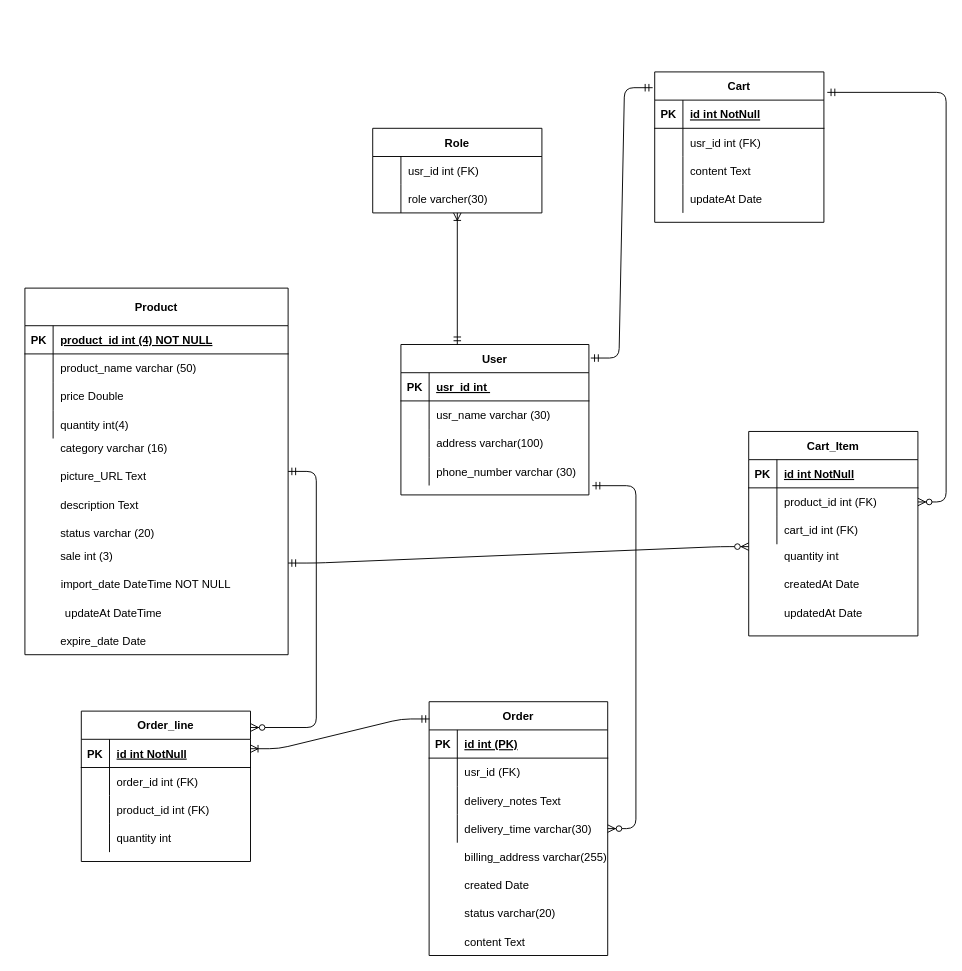
This is Diagram/ER.drawio from hakunhan/HANU_minimart, a draw.io file, before an edit. Source tidied: cells renumbered, new cells numbered last; positions are measured from the earlier drawing's top-left corner, leaving out a move shared by most shapes. Both pictures are drawn from the tidied source at 94%, with x=0, y=0 at pixel (15, 71).
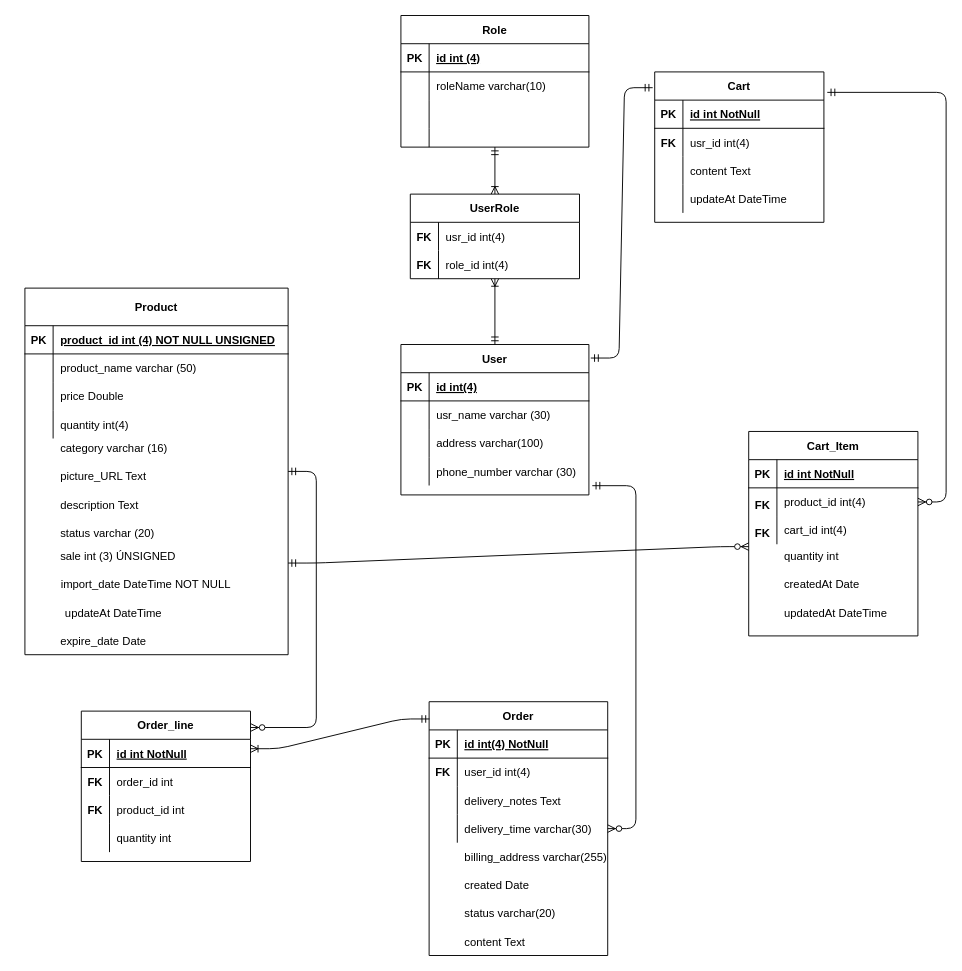
The same diagram, later.

Unchanged cells that the change refers to:
```xml
<mxCell id="3" style="shape=partialRectangle;fillColor=none;top=0;left=0;bottom=0;right=0;" parent="2" vertex="1">
  <mxGeometry y="30" width="180" height="30" as="geometry" />
</mxCell>
<mxCell id="6" style="shape=partialRectangle;fillColor=none;top=0;left=0;bottom=0;right=0;" parent="2" vertex="1">
  <mxGeometry y="60" width="180" height="30" as="geometry" />
</mxCell>
<mxCell id="9" value="User" style="shape=table;startSize=30;childLayout=tableLayout;rowLines=0;fontStyle=1;align=center;" parent="1" vertex="1">
  <mxGeometry x="410" y="290" width="200" height="160" as="geometry" />
</mxCell>
<mxCell id="10" style="shape=partialRectangle;fillColor=none;top=0;left=0;bottom=1;right=0;" parent="9" vertex="1">
  <mxGeometry y="30" width="200" height="30" as="geometry" />
</mxCell>
<mxCell id="23" style="shape=partialRectangle;fillColor=none;top=0;left=0;bottom=1;right=0;" parent="22" vertex="1">
  <mxGeometry y="40" width="280" height="30" as="geometry" />
</mxCell>
<mxCell id="47" style="shape=partialRectangle;fillColor=none;top=0;left=0;bottom=1;right=0;" parent="46" vertex="1">
  <mxGeometry y="30" width="190" height="30" as="geometry" />
</mxCell>
<mxCell id="50" style="shape=partialRectangle;fillColor=none;top=0;left=0;bottom=0;right=0;" parent="46" vertex="1">
  <mxGeometry y="60" width="190" height="30" as="geometry" />
</mxCell>
<mxCell id="66" style="shape=partialRectangle;fillColor=none;top=0;left=0;bottom=0;right=0;" parent="62" vertex="1">
  <mxGeometry y="60" width="180" height="30" as="geometry" />
</mxCell>
<mxCell id="72" style="shape=partialRectangle;fillColor=none;top=0;left=0;bottom=0;right=0;" parent="62" vertex="1">
  <mxGeometry y="120" width="180" height="30" as="geometry" />
</mxCell>
<mxCell id="79" style="shape=partialRectangle;fillColor=none;top=0;left=0;bottom=0;right=0;points=[[0,0.5],[1,0.5]];portConstraint=eastwest;" parent="75" vertex="1">
  <mxGeometry y="60" width="180" height="30" as="geometry" />
</mxCell>
<mxCell id="82" style="shape=partialRectangle;fillColor=none;top=0;left=0;bottom=0;right=0;" parent="75" vertex="1">
  <mxGeometry y="90" width="180" height="30" as="geometry" />
</mxCell>
<mxCell id="94" style="shape=partialRectangle;fillColor=none;top=0;left=0;bottom=0;right=0;" parent="1" vertex="1">
  <mxGeometry x="780" y="560" width="180" height="30" as="geometry" />
</mxCell>
<mxCell id="111" style="shape=partialRectangle;fillColor=none;top=0;left=0;bottom=0;right=0;" parent="107" vertex="1">
  <mxGeometry y="60" width="180" height="30" as="geometry" />
</mxCell>
<mxCell id="114" style="shape=partialRectangle;fillColor=none;top=0;left=0;bottom=0;right=0;" parent="107" vertex="1">
  <mxGeometry y="90" width="180" height="30" as="geometry" />
</mxCell>
<mxCell id="128" style="shape=partialRectangle;fillColor=none;top=0;left=0;bottom=0;right=0;" parent="1" vertex="1">
  <mxGeometry x="10" y="500" width="200" height="30" as="geometry" />
</mxCell>
```

What changed in the source:
```diff
@@
-    <mxCell id="2" value="Role" style="shape=table;startSize=30;childLayout=tableLayout;rowLines=0;fontStyle=1;align=center;" parent="1" vertex="1">
-      <mxGeometry x="380" y="60" width="180" height="90" as="geometry" />
+    <mxCell id="2" value="UserRole" style="shape=table;startSize=30;childLayout=tableLayout;rowLines=0;fontStyle=1;align=center;" parent="1" vertex="1">
+      <mxGeometry x="420" y="130" width="180" height="90" as="geometry" />
     </mxCell>
@@
-    <mxCell id="5" value="usr_id int (FK)" style="shape=partialRectangle;fillColor=none;top=0;left=0;bottom=0;right=0;align=left;spacingLeft=6;overflow=hidden;" parent="3" vertex="1">
+    <mxCell id="5" value="usr_id int(4)" style="shape=partialRectangle;fillColor=none;top=0;left=0;bottom=0;right=0;align=left;spacingLeft=6;overflow=hidden;" parent="3" vertex="1">
       <mxGeometry x="30" width="150" height="30" as="geometry" />
     </mxCell>
@@
-    <mxCell id="8" value="role varcher(30)" style="shape=partialRectangle;fillColor=none;top=0;left=0;bottom=0;right=0;align=left;spacingLeft=6;overflow=hidden;" parent="6" vertex="1">
+    <mxCell id="8" value="role_id int(4)" style="shape=partialRectangle;fillColor=none;top=0;left=0;bottom=0;right=0;align=left;spacingLeft=6;overflow=hidden;" parent="6" vertex="1">
       <mxGeometry x="30" width="150" height="30" as="geometry" />
     </mxCell>
@@
-    <mxCell id="12" value="usr_id int " style="shape=partialRectangle;fillColor=none;top=0;left=0;bottom=0;right=0;align=left;spacingLeft=6;fontStyle=5;overflow=hidden;" parent="10" vertex="1">
+    <mxCell id="12" value="id int(4)" style="shape=partialRectangle;fillColor=none;top=0;left=0;bottom=0;right=0;align=left;spacingLeft=6;fontStyle=5;overflow=hidden;" parent="10" vertex="1">
       <mxGeometry x="30" width="170" height="30" as="geometry" />
     </mxCell>
@@
-    <mxCell id="25" value="product_id int (4) NOT NULL" style="shape=partialRectangle;fillColor=none;top=0;left=0;bottom=0;right=0;align=left;spacingLeft=6;fontStyle=5;overflow=hidden;" parent="23" vertex="1">
+    <mxCell id="25" value="product_id int (4) NOT NULL UNSIGNED" style="shape=partialRectangle;fillColor=none;top=0;left=0;bottom=0;right=0;align=left;spacingLeft=6;fontStyle=5;overflow=hidden;" parent="23" vertex="1">
       <mxGeometry x="30" width="250" height="30" as="geometry" />
     </mxCell>
@@
-    <mxCell id="49" value="id int (PK)" style="shape=partialRectangle;fillColor=none;top=0;left=0;bottom=0;right=0;align=left;spacingLeft=6;fontStyle=5;overflow=hidden;" parent="47" vertex="1">
+    <mxCell id="49" value="id int(4) NotNull" style="shape=partialRectangle;fillColor=none;top=0;left=0;bottom=0;right=0;align=left;spacingLeft=6;fontStyle=5;overflow=hidden;" parent="47" vertex="1">
       <mxGeometry x="30" width="160" height="30" as="geometry" />
     </mxCell>
@@
-    <mxCell id="52" value="usr_id (FK)" style="shape=partialRectangle;fillColor=none;top=0;left=0;bottom=0;right=0;align=left;spacingLeft=6;overflow=hidden;" parent="50" vertex="1">
+    <mxCell id="52" value="user_id int(4)" style="shape=partialRectangle;fillColor=none;top=0;left=0;bottom=0;right=0;align=left;spacingLeft=6;overflow=hidden;" parent="50" vertex="1">
       <mxGeometry x="30" width="160" height="30" as="geometry" />
     </mxCell>
@@
-    <mxCell id="68" value="usr_id int (FK)" style="shape=partialRectangle;fillColor=none;top=0;left=0;bottom=0;right=0;align=left;spacingLeft=6;overflow=hidden;" parent="66" vertex="1">
+    <mxCell id="68" value="usr_id int(4)" style="shape=partialRectangle;fillColor=none;top=0;left=0;bottom=0;right=0;align=left;spacingLeft=6;overflow=hidden;" parent="66" vertex="1">
       <mxGeometry x="30" width="150" height="30" as="geometry" />
     </mxCell>
@@
-    <mxCell id="74" value="updateAt Date" style="shape=partialRectangle;fillColor=none;top=0;left=0;bottom=0;right=0;align=left;spacingLeft=6;overflow=hidden;" parent="72" vertex="1">
+    <mxCell id="74" value="updateAt DateTime" style="shape=partialRectangle;fillColor=none;top=0;left=0;bottom=0;right=0;align=left;spacingLeft=6;overflow=hidden;" parent="72" vertex="1">
       <mxGeometry x="30" width="150" height="30" as="geometry" />
     </mxCell>
@@
-    <mxCell id="81" value="product_id int (FK)" style="shape=partialRectangle;fillColor=none;top=0;left=0;bottom=0;right=0;align=left;spacingLeft=6;overflow=hidden;" parent="79" vertex="1">
+    <mxCell id="81" value="product_id int(4)" style="shape=partialRectangle;fillColor=none;top=0;left=0;bottom=0;right=0;align=left;spacingLeft=6;overflow=hidden;" parent="79" vertex="1">
       <mxGeometry x="30" width="150" height="30" as="geometry" />
     </mxCell>
@@
-    <mxCell id="84" value="cart_id int (FK)" style="shape=partialRectangle;fillColor=none;top=0;left=0;bottom=0;right=0;align=left;spacingLeft=6;overflow=hidden;" parent="82" vertex="1">
+    <mxCell id="84" value="cart_id int(4)" style="shape=partialRectangle;fillColor=none;top=0;left=0;bottom=0;right=0;align=left;spacingLeft=6;overflow=hidden;" parent="82" vertex="1">
       <mxGeometry x="30" width="150" height="30" as="geometry" />
     </mxCell>
@@
-    <mxCell id="96" value="updatedAt Date" style="shape=partialRectangle;fillColor=none;top=0;left=0;bottom=0;right=0;align=left;spacingLeft=6;overflow=hidden;" parent="94" vertex="1">
+    <mxCell id="96" value="updatedAt DateTime" style="shape=partialRectangle;fillColor=none;top=0;left=0;bottom=0;right=0;align=left;spacingLeft=6;overflow=hidden;" parent="94" vertex="1">
       <mxGeometry x="30" width="150" height="30" as="geometry" />
     </mxCell>
@@
-    <mxCell id="100" style="fontSize=12;html=1;endArrow=ERoneToMany;startArrow=ERmandOne;exitX=0.3;exitY=0;exitDx=0;exitDy=0;exitPerimeter=0;" parent="1" edge="1" source="9" target="2">
-      <mxGeometry relative="1" as="geometry" />
-    </mxCell>
@@
-    <mxCell id="113" value="order_id int (FK)" style="shape=partialRectangle;fillColor=none;top=0;left=0;bottom=0;right=0;align=left;spacingLeft=6;overflow=hidden;" parent="111" vertex="1">
+    <mxCell id="113" value="order_id int " style="shape=partialRectangle;fillColor=none;top=0;left=0;bottom=0;right=0;align=left;spacingLeft=6;overflow=hidden;" parent="111" vertex="1">
       <mxGeometry x="30" width="150" height="30" as="geometry" />
     </mxCell>
@@
-    <mxCell id="116" value="product_id int (FK)" style="shape=partialRectangle;fillColor=none;top=0;left=0;bottom=0;right=0;align=left;spacingLeft=6;overflow=hidden;" parent="114" vertex="1">
+    <mxCell id="116" value="product_id int" style="shape=partialRectangle;fillColor=none;top=0;left=0;bottom=0;right=0;align=left;spacingLeft=6;overflow=hidden;" parent="114" vertex="1">
       <mxGeometry x="30" width="150" height="30" as="geometry" />
     </mxCell>
@@
-    <mxCell id="130" value="sale int (3)" style="shape=partialRectangle;fillColor=none;top=0;left=0;bottom=0;right=0;align=left;spacingLeft=6;overflow=hidden;" parent="128" vertex="1">
+    <mxCell id="130" value="sale int (3) ÚNSIGNED" style="shape=partialRectangle;fillColor=none;top=0;left=0;bottom=0;right=0;align=left;spacingLeft=6;overflow=hidden;" parent="128" vertex="1">
       <mxGeometry x="30" width="170" height="30" as="geometry" />
     </mxCell>
@@
+    <mxCell id="134" value="Role" style="shape=table;startSize=30;childLayout=tableLayout;rowLines=0;fontStyle=1;align=center;" parent="1" vertex="1">
+      <mxGeometry x="410" y="-60" width="200" height="140" as="geometry" />
+    </mxCell>
+    <mxCell id="135" style="shape=partialRectangle;fillColor=none;top=0;left=0;bottom=1;right=0;" parent="134" vertex="1">
+      <mxGeometry y="30" width="200" height="30" as="geometry" />
+    </mxCell>
+    <mxCell id="136" value="PK" style="shape=partialRectangle;fillColor=none;top=0;left=0;bottom=0;right=0;fontStyle=1;overflow=hidden;" parent="135" vertex="1">
+      <mxGeometry width="30" height="30" as="geometry" />
+    </mxCell>
+    <mxCell id="137" value="id int (4)" style="shape=partialRectangle;fillColor=none;top=0;left=0;bottom=0;right=0;align=left;spacingLeft=6;fontStyle=5;overflow=hidden;" parent="135" vertex="1">
+      <mxGeometry x="30" width="170" height="30" as="geometry" />
+    </mxCell>
+    <mxCell id="138" style="shape=partialRectangle;fillColor=none;top=0;left=0;bottom=0;right=0;" parent="134" vertex="1">
+      <mxGeometry y="60" width="200" height="30" as="geometry" />
+    </mxCell>
+    <mxCell id="139" style="shape=partialRectangle;fillColor=none;top=0;left=0;bottom=0;right=0;overflow=hidden;" parent="138" vertex="1">
+      <mxGeometry width="30" height="30" as="geometry" />
+    </mxCell>
+    <mxCell id="140" value="roleName varchar(10)" style="shape=partialRectangle;fillColor=none;top=0;left=0;bottom=0;right=0;align=left;spacingLeft=6;overflow=hidden;" parent="138" vertex="1">
+      <mxGeometry x="30" width="170" height="30" as="geometry" />
+    </mxCell>
+    <mxCell id="141" style="shape=partialRectangle;fillColor=none;top=0;left=0;bottom=0;right=0;" parent="134" vertex="1">
+      <mxGeometry y="90" width="200" height="30" as="geometry" />
+    </mxCell>
+    <mxCell id="142" style="shape=partialRectangle;fillColor=none;top=0;left=0;bottom=0;right=0;overflow=hidden;" parent="141" vertex="1">
+      <mxGeometry width="30" height="30" as="geometry" />
+    </mxCell>
+    <mxCell id="143" style="shape=partialRectangle;fillColor=none;top=0;left=0;bottom=0;right=0;align=left;spacingLeft=6;overflow=hidden;" parent="141" vertex="1">
+      <mxGeometry x="30" width="170" height="30" as="geometry" />
+    </mxCell>
+    <mxCell id="144" style="shape=partialRectangle;fillColor=none;top=0;left=0;bottom=0;right=0;" parent="134" vertex="1">
+      <mxGeometry y="120" width="200" height="20" as="geometry" />
+    </mxCell>
+    <mxCell id="145" style="shape=partialRectangle;fillColor=none;top=0;left=0;bottom=0;right=0;overflow=hidden;" parent="144" vertex="1">
+      <mxGeometry width="30" height="20" as="geometry" />
+    </mxCell>
+    <mxCell id="146" style="shape=partialRectangle;fillColor=none;top=0;left=0;bottom=0;right=0;align=left;spacingLeft=6;overflow=hidden;" parent="144" vertex="1">
+      <mxGeometry x="30" width="170" height="20" as="geometry" />
+    </mxCell>
+    <mxCell id="100" style="fontSize=12;html=1;endArrow=ERoneToMany;startArrow=ERmandOne;exitX=0.5;exitY=0;exitDx=0;exitDy=0;" parent="1" edge="1" source="9" target="2">
+      <mxGeometry relative="1" as="geometry" />
+    </mxCell>
+    <mxCell id="147" style="fontSize=12;html=1;endArrow=ERoneToMany;startArrow=ERmandOne;entryX=0.5;entryY=0;entryDx=0;entryDy=0;" parent="1" edge="1" source="134" target="2">
+      <mxGeometry relative="1" as="geometry" />
+    </mxCell>
+    <mxCell id="148" value="FK" style="shape=partialRectangle;fillColor=none;top=0;left=0;bottom=0;right=0;fontStyle=1;overflow=hidden;" parent="1" vertex="1">
+      <mxGeometry x="420" y="160" width="30" height="30" as="geometry" />
+    </mxCell>
+    <mxCell id="149" value="FK" style="shape=partialRectangle;fillColor=none;top=0;left=0;bottom=0;right=0;fontStyle=1;overflow=hidden;" parent="1" vertex="1">
+      <mxGeometry x="420" y="190" width="30" height="30" as="geometry" />
+    </mxCell>
+    <mxCell id="150" value="FK" style="shape=partialRectangle;fillColor=none;top=0;left=0;bottom=0;right=0;fontStyle=1;overflow=hidden;" parent="1" vertex="1">
+      <mxGeometry x="680" y="60" width="30" height="30" as="geometry" />
+    </mxCell>
+    <mxCell id="151" value="FK" style="shape=partialRectangle;fillColor=none;top=0;left=0;bottom=0;right=0;fontStyle=1;overflow=hidden;" parent="1" vertex="1">
+      <mxGeometry x="780" y="445" width="30" height="30" as="geometry" />
+    </mxCell>
+    <mxCell id="152" value="FK" style="shape=partialRectangle;fillColor=none;top=0;left=0;bottom=0;right=0;fontStyle=1;overflow=hidden;" parent="1" vertex="1">
+      <mxGeometry x="780" y="475" width="30" height="30" as="geometry" />
+    </mxCell>
+    <mxCell id="153" value="FK" style="shape=partialRectangle;fillColor=none;top=0;left=0;bottom=0;right=0;fontStyle=1;overflow=hidden;" parent="1" vertex="1">
+      <mxGeometry x="70" y="740" width="30" height="30" as="geometry" />
+    </mxCell>
+    <mxCell id="154" value="FK" style="shape=partialRectangle;fillColor=none;top=0;left=0;bottom=0;right=0;fontStyle=1;overflow=hidden;" parent="1" vertex="1">
+      <mxGeometry x="70" y="770" width="30" height="30" as="geometry" />
+    </mxCell>
+    <mxCell id="155" value="FK" style="shape=partialRectangle;fillColor=none;top=0;left=0;bottom=0;right=0;fontStyle=1;overflow=hidden;" parent="1" vertex="1">
+      <mxGeometry x="440" y="730" width="30" height="30" as="geometry" />
+    </mxCell>
```
